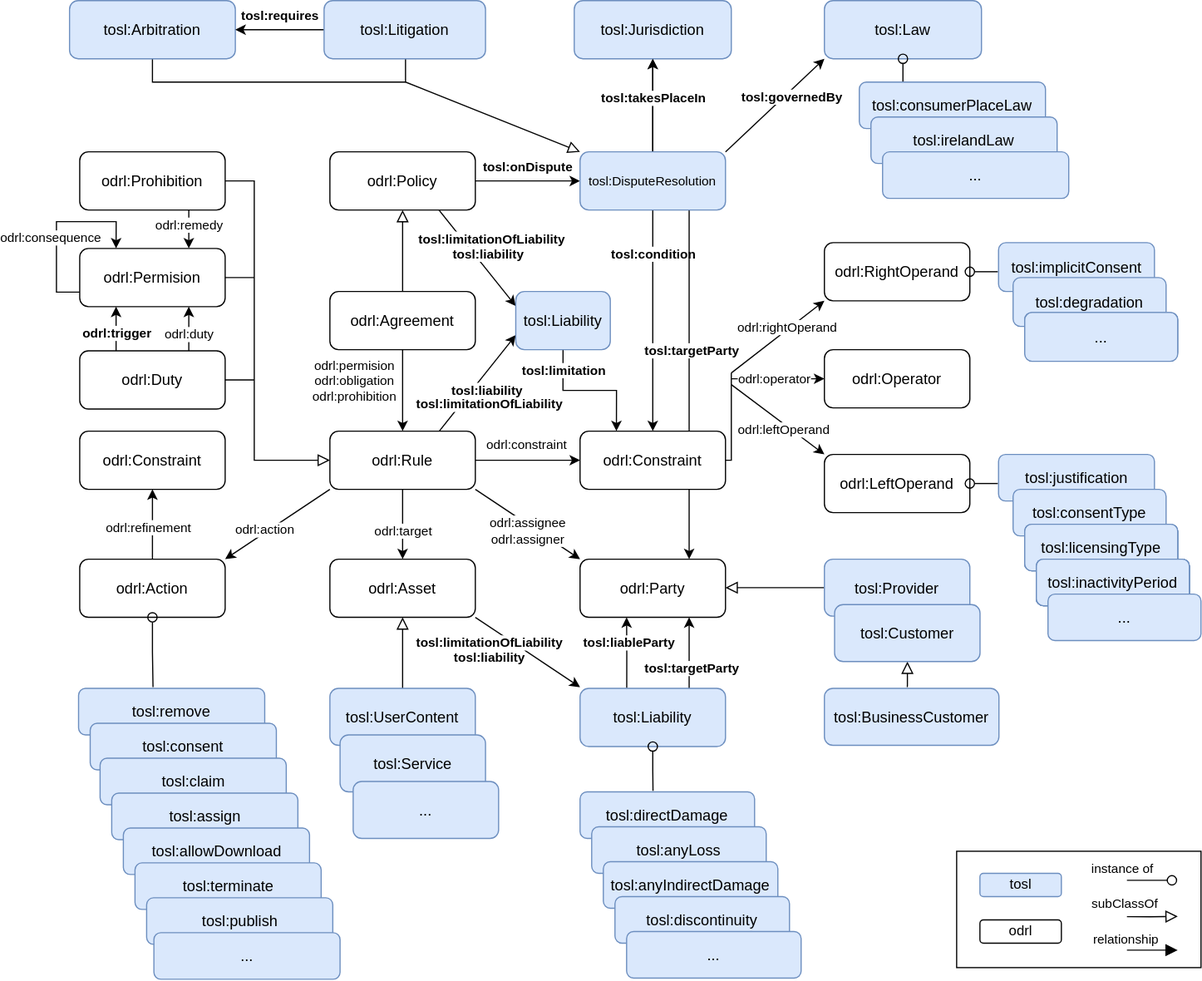
The draw.io diagram img/tosl_model.svg in isa-group/tosl, before a commit. Source tidied: cells renumbered, new cells last; positions are measured from the earlier drawing's top-left corner, leaving out a move shared by most shapes.
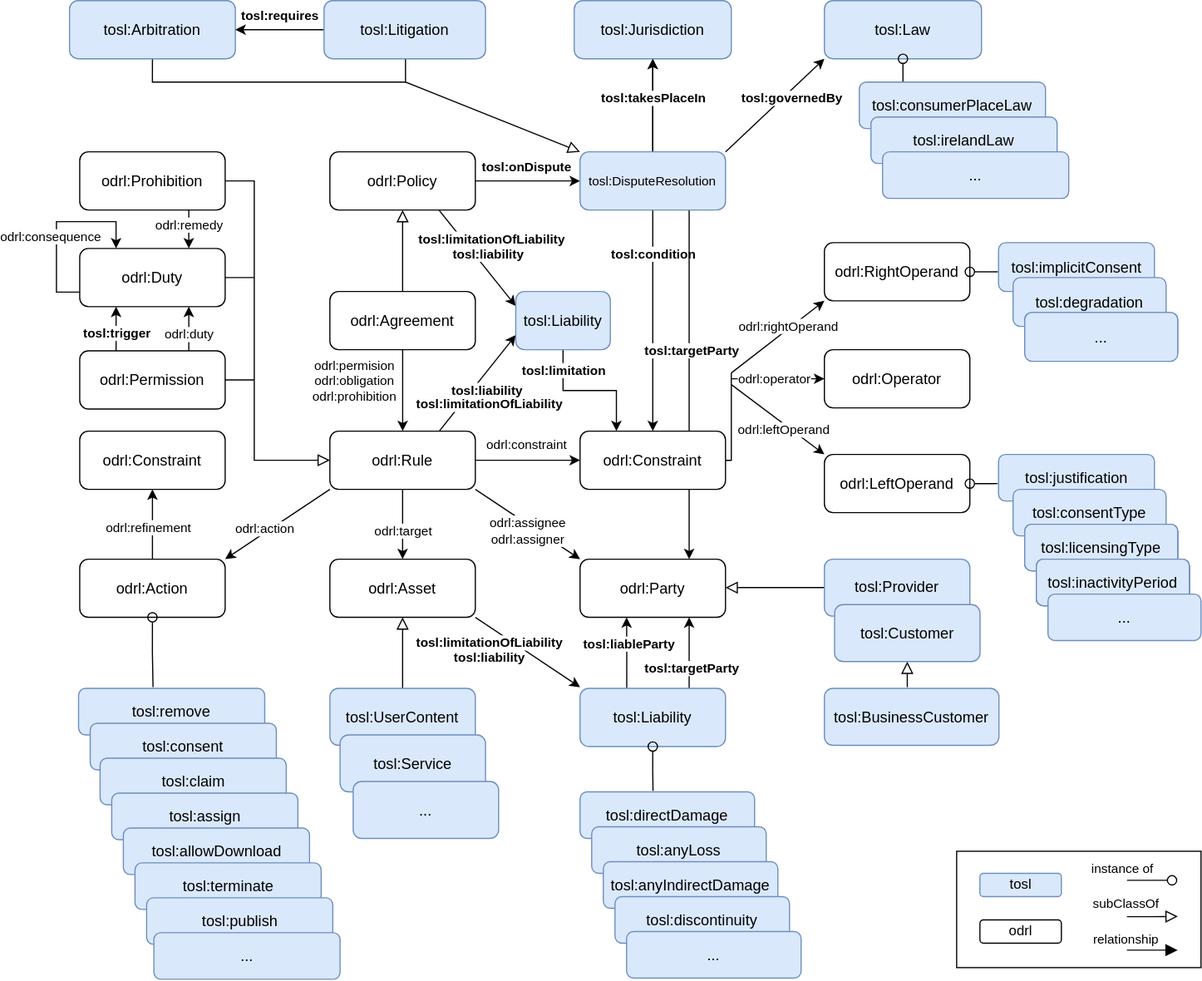
The same diagram one commit later.

Commit message:
add TOSL ORSD

The edit, as a diff of the source:
```diff
@@ -98,12 +98,12 @@
     <mxCell id="25" style="edgeStyle=orthogonalEdgeStyle;rounded=0;jettySize=auto;html=1;exitX=0.25;exitY=0;exitDx=0;exitDy=0;entryX=0.25;entryY=1;entryDx=0;entryDy=0;" parent="1" edge="1" source="27" target="33">
       <mxGeometry relative="1" as="geometry" />
     </mxCell>
-    <mxCell id="26" value="&lt;b&gt;odrl:trigger&lt;/b&gt;" style="edgeLabel;html=1;align=center;verticalAlign=middle;" parent="25" vertex="1">
+    <mxCell id="26" value="&lt;b&gt;tosl:trigger&lt;/b&gt;" style="edgeLabel;html=1;align=center;verticalAlign=middle;" parent="25" vertex="1">
       <mxGeometry x="-0.13" relative="1" as="geometry">
         <mxPoint y="1" as="offset" />
       </mxGeometry>
     </mxCell>
-    <mxCell id="27" value="&lt;font style=&quot;font-size: 13px;&quot;&gt;odrl:Duty&lt;/font&gt;" style="rounded=1;whiteSpace=wrap;html=1;" parent="1" vertex="1">
+    <mxCell id="27" value="&lt;font style=&quot;font-size: 13px;&quot;&gt;odrl:Permission&lt;/font&gt;" style="rounded=1;whiteSpace=wrap;html=1;" parent="1" vertex="1">
       <mxGeometry x="20" y="301" width="125" height="50" as="geometry" />
     </mxCell>
     <mxCell id="28" style="edgeStyle=orthogonalEdgeStyle;rounded=0;jettySize=auto;html=1;exitX=0.75;exitY=1;exitDx=0;exitDy=0;entryX=0.75;entryY=0;entryDx=0;entryDy=0;" parent="1" edge="1" source="30" target="33">
@@ -125,7 +125,7 @@
         <mxPoint x="-1" y="2" as="offset" />
       </mxGeometry>
     </mxCell>
-    <mxCell id="33" value="&lt;font style=&quot;font-size: 13px;&quot;&gt;odrl:Permision&lt;/font&gt;" style="rounded=1;whiteSpace=wrap;html=1;" parent="1" vertex="1">
+    <mxCell id="33" value="&lt;font style=&quot;font-size: 13px;&quot;&gt;odrl:Duty&lt;/font&gt;" style="rounded=1;whiteSpace=wrap;html=1;" parent="1" vertex="1">
       <mxGeometry x="20" y="213" width="125" height="50" as="geometry" />
     </mxCell>
     <mxCell id="34" style="rounded=0;jettySize=auto;html=1;entryX=0;entryY=1;entryDx=0;entryDy=0;" parent="1" edge="1" target="43">
```
